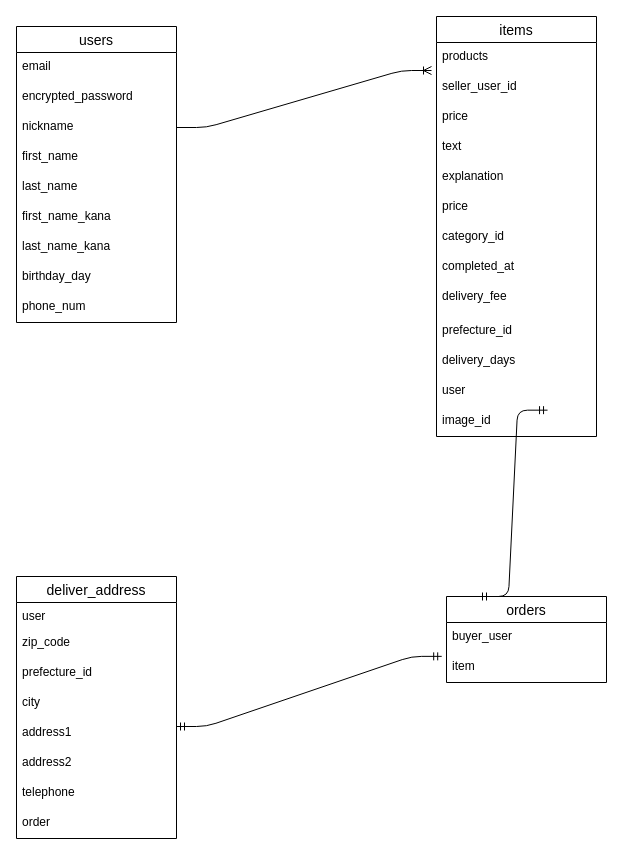
820sayama/furima-37106 keeps this draw.io diagram as test.dio. Above is the earlier version. Source tidied: cells renumbered, new cells numbered last; positions are measured from the earlier drawing's top-left corner, leaving out a move shared by most shapes. Both pictures are drawn from the tidied source at 100%, with x=0, y=0 at pixel (16, 16).
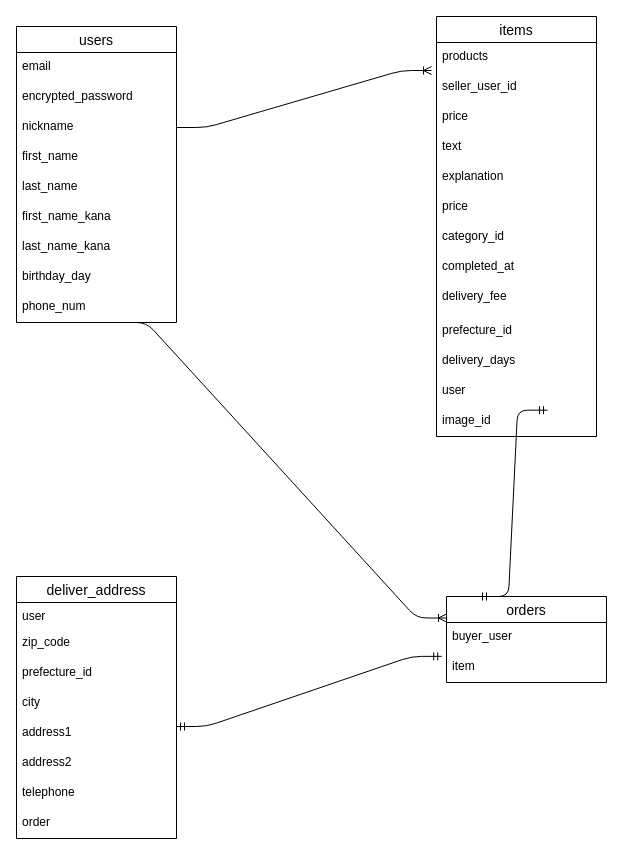
The same diagram, later.

Unchanged cells that the change refers to:
```xml
<mxCell id="26" value="orders" style="swimlane;fontStyle=0;horizontal=1;startSize=26;align=center;fontSize=14;" parent="1" vertex="1">
  <mxGeometry x="430" y="580" width="160" height="86" as="geometry" />
</mxCell>
```

Change to the diagram source:
```diff
@@
+    <mxCell id="41" style="edgeStyle=entityRelationEdgeStyle;fontSize=12;html=1;endArrow=ERoneToMany;entryX=0;entryY=0.25;entryDx=0;entryDy=0;" parent="1" edge="1" target="26">
+      <mxGeometry relative="1" as="geometry">
+        <mxPoint x="100" y="306" as="sourcePoint" />
+      </mxGeometry>
+    </mxCell>
```
